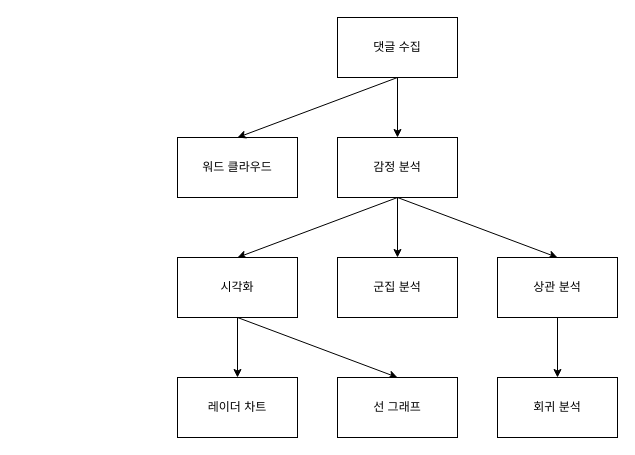
Above: reports/images/analyze.drawio in HyunP-dev/Social-Science-Study-using-AI-Final-Project (draw.io), before the change. Source tidied: cells renumbered, new cells numbered last; positions are measured from the earlier drawing's top-left corner, leaving out a move shared by most shapes. Both pictures are drawn from the tidied source at 100%, with x=0, y=0 at pixel (177, 17).
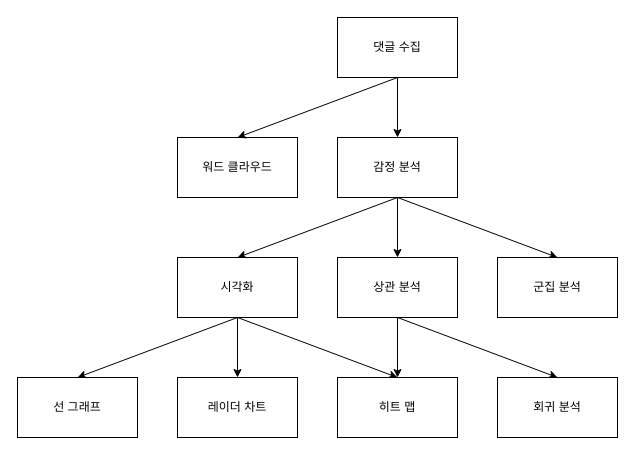
The same diagram, later.

The change refers to these unchanged cells:
```xml
<mxCell id="13" value="시각화" style="rounded=0;whiteSpace=wrap;html=1;" parent="1" vertex="1">
  <mxGeometry y="240" width="120" height="60" as="geometry" />
</mxCell>
<mxCell id="16" value="회귀 분석" style="rounded=0;whiteSpace=wrap;html=1;" parent="1" vertex="1">
  <mxGeometry x="320" y="360" width="120" height="60" as="geometry" />
</mxCell>
```

The edit, as a diff of the source:
```diff
@@
     <mxCell id="10" value="군집 분석" style="rounded=0;whiteSpace=wrap;html=1;" parent="1" vertex="1">
-      <mxGeometry x="160" y="240" width="120" height="60" as="geometry" />
+      <mxGeometry x="320" y="240" width="120" height="60" as="geometry" />
     </mxCell>
@@
+    <mxCell id="19" style="edgeStyle=none;html=1;exitX=0.5;exitY=1;exitDx=0;exitDy=0;entryX=0.5;entryY=0;entryDx=0;entryDy=0;" parent="1" edge="1" source="13" target="21">
+      <mxGeometry relative="1" as="geometry" />
+    </mxCell>
@@
+    <mxCell id="20" style="edgeStyle=none;html=1;exitX=0.5;exitY=1;exitDx=0;exitDy=0;entryX=0.5;entryY=0;entryDx=0;entryDy=0;" parent="1" edge="1" source="15" target="21">
+      <mxGeometry relative="1" as="geometry" />
+    </mxCell>
-    <mxCell id="14" style="edgeStyle=none;html=1;" parent="1" edge="1" source="15" target="16">
+    <mxCell id="14" style="edgeStyle=none;html=1;exitX=0.5;exitY=1;exitDx=0;exitDy=0;entryX=0.5;entryY=0;entryDx=0;entryDy=0;" parent="1" edge="1" source="15" target="16">
       <mxGeometry relative="1" as="geometry" />
     </mxCell>
     <mxCell id="15" value="상관 분석" style="rounded=0;whiteSpace=wrap;html=1;" parent="1" vertex="1">
-      <mxGeometry x="320" y="240" width="120" height="60" as="geometry" />
+      <mxGeometry x="160" y="240" width="120" height="60" as="geometry" />
     </mxCell>
@@
     <mxCell id="18" value="선 그래프" style="rounded=0;whiteSpace=wrap;html=1;" parent="1" vertex="1">
-      <mxGeometry x="160" y="360" width="120" height="60" as="geometry" />
+      <mxGeometry x="-160" y="360" width="120" height="60" as="geometry" />
     </mxCell>
+    <mxCell id="21" value="히트 맵" style="rounded=0;whiteSpace=wrap;html=1;" parent="1" vertex="1">
+      <mxGeometry x="160" y="360" width="120" height="60" as="geometry" />
+    </mxCell>
```
